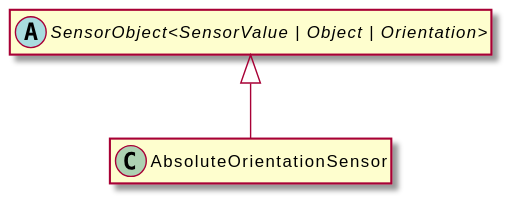
Earlier version of the PlantUML export assets/AbsoluteOrientationSensor-umlClassDiagram-3768.svg (OpenHPS/openhps-core).
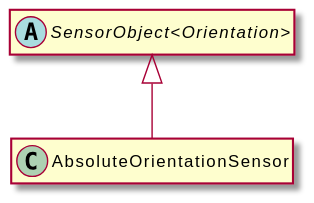
The same file after the commit.

Diff of the diagram source:
```diff
@@ -4,7 +4,7 @@
 hide empty fields
 class "AbsoluteOrientationSensor" {
 }
-abstract class "SensorObject<SensorValue | Object | Orientation>" {
+abstract class "SensorObject<Orientation>" {
 }
-"SensorObject<SensorValue | Object | Orientation>" <|-- "AbsoluteOrientationSensor"
+"SensorObject<Orientation>" <|-- "AbsoluteOrientationSensor"
 @enduml
```
